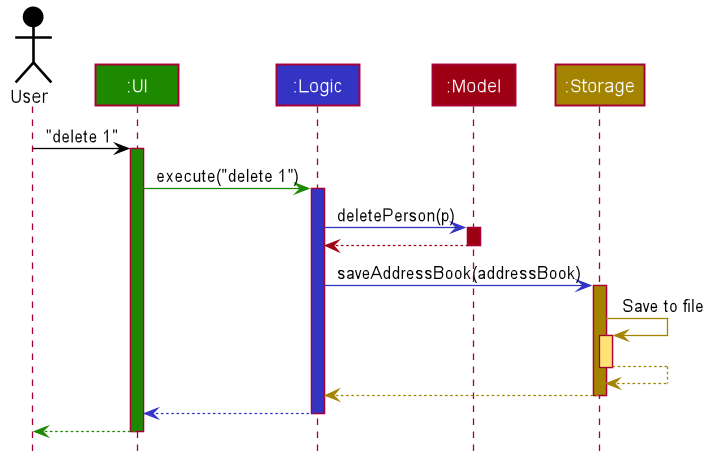
Earlier version of the PlantUML export docs/images/ArchitectureSequenceDiagram.png (nus-cs2103-AY2122S1/tp).
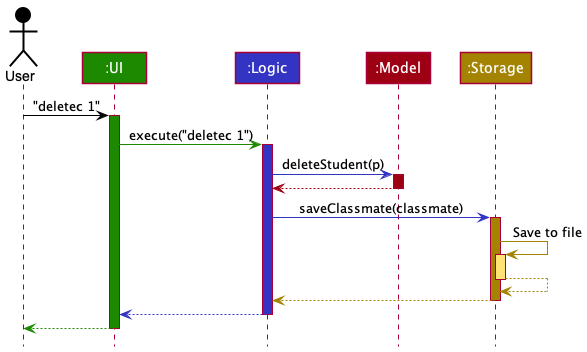
The same file after the commit.

Diff of the diagram source:
```diff
@@ -1,85 +1,38 @@
 @startuml
+!include style.puml
 
+Actor User as user USER_COLOR
+Participant ":UI" as ui UI_COLOR
+Participant ":Logic" as logic LOGIC_COLOR
+Participant ":Model" as model MODEL_COLOR
+Participant ":Storage" as storage STORAGE_COLOR
 
+user -[USER_COLOR]> ui : "deletec 1"
+activate ui UI_COLOR
 
+ui -[UI_COLOR]> logic : execute("deletec 1")
+activate logic LOGIC_COLOR
 
+logic -[LOGIC_COLOR]> model : deleteStudent(p)
+activate model MODEL_COLOR
 
-
-
-
-skinparam BackgroundColor #FFFFFFF
-
-skinparam Shadowing false
-
-skinparam Class {
-    FontColor #FFFFFF
-    BorderThickness 1
-    BorderColor #FFFFFF
-    StereotypeFontColor #FFFFFF
-    FontName Arial
-}
-
-skinparam Actor {
-    BorderColor #000000
-    Color #000000
-    FontName Arial
-}
-
-skinparam Sequence {
-    MessageAlign center
-    BoxFontSize 15
-    BoxPadding 0
-    BoxFontColor #FFFFFF
-    FontName Arial
-}
-
-skinparam Participant {
-    FontColor #FFFFFFF
-    Padding 20
-}
-
-skinparam MinClassWidth 50
-skinparam ParticipantPadding 10
-skinparam Shadowing false
-skinparam DefaultTextAlignment center
-skinparam packageStyle Rectangle
-
-hide footbox
-hide members
-hide circle
-
-Actor User as user #000000
-Participant ":UI" as ui #1D8900
-Participant ":Logic" as logic #3333C4
-Participant ":Model" as model #9D0012
-Participant ":Storage" as storage #A38300
-
-user -[#000000]> ui : "delete 1"
-activate ui #1D8900
-
-ui -[#1D8900]> logic : execute("delete 1")
-activate logic #3333C4
-
-logic -[#3333C4]> model : deletePerson(p)
-activate model #9D0012
-
-model -[#9D0012]-> logic
+model -[MODEL_COLOR]-> logic
 deactivate model
 
-logic -[#3333C4]> storage : saveAddressBook(addressBook)
-activate storage #A38300
+logic -[LOGIC_COLOR]> storage : saveClassmate(classmate)
+activate storage STORAGE_COLOR
 
-storage -[#A38300]> storage : Save to file
-activate storage #FFE374
-storage --[#A38300]> storage
+storage -[STORAGE_COLOR]> storage : Save to file
+activate storage STORAGE_COLOR_T1
+storage --[STORAGE_COLOR]> storage
 deactivate storage
 
-storage --[#A38300]> logic
+storage --[STORAGE_COLOR]> logic
 deactivate storage
 
-logic --[#3333C4]> ui
+logic --[LOGIC_COLOR]> ui
 deactivate logic
 
-ui--[#1D8900]> user
+ui--[UI_COLOR]> user
 deactivate ui
 @enduml
```
